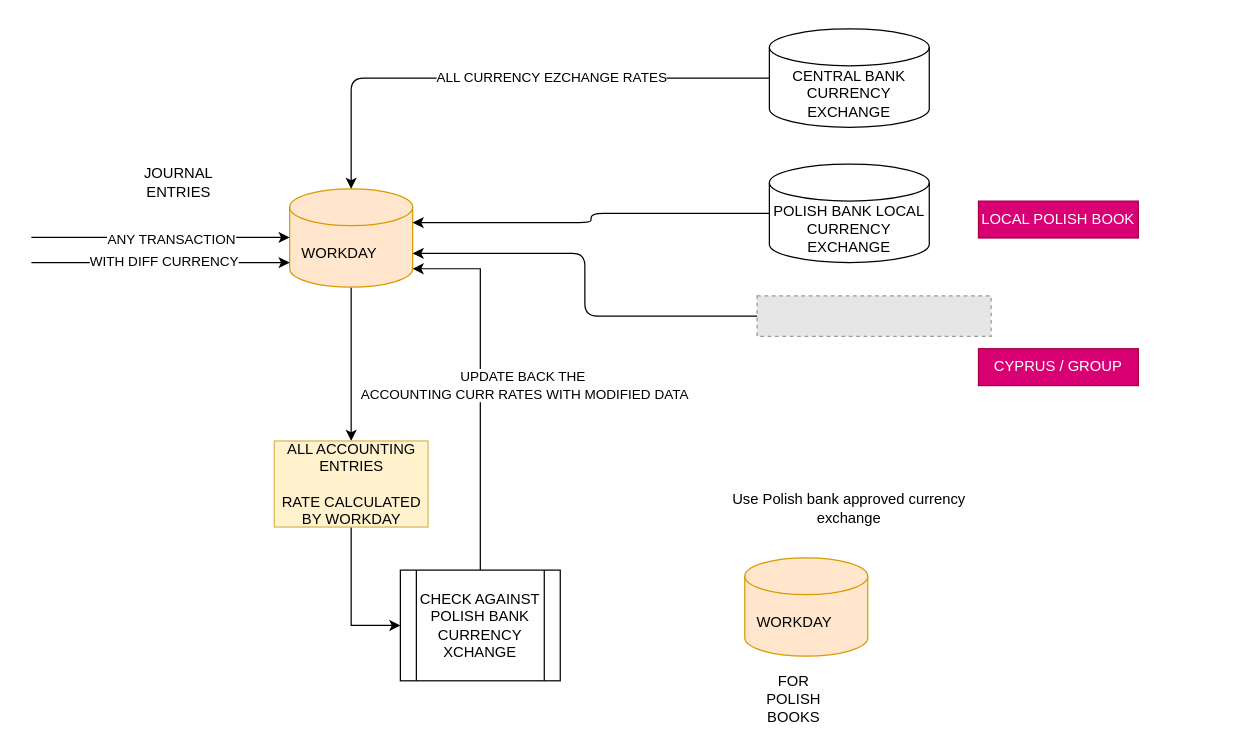
sandyaroma/sandyaroma keeps this draw.io diagram as Welltech Boomerang.drawio. Above is the earlier version. Source tidied: cells renumbered, new cells numbered last; positions are measured from the earlier drawing's top-left corner, leaving out a move shared by most shapes. Both pictures are drawn from the tidied source at 123%, with x=0, y=0 at pixel (31, 28). Pictures stored in the file or linked from it are replaced by grey dashed boxes.
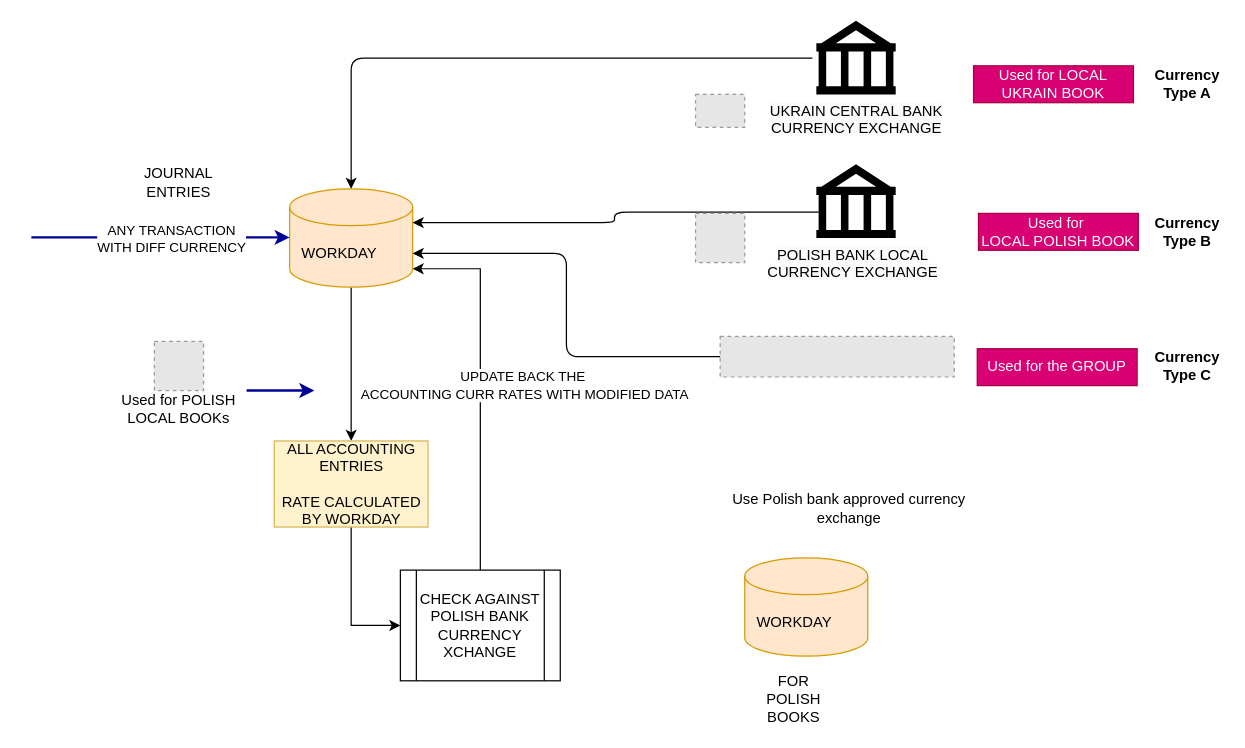
After the change.

Unchanged cells that the change refers to:
```xml
<mxCell id="3" value="WORKDAY&lt;span style=&quot;white-space: pre;&quot;&gt;&#9;&lt;/span&gt;" style="shape=cylinder3;whiteSpace=wrap;html=1;boundedLbl=1;backgroundOutline=1;size=15;fillColor=#ffe6cc;strokeColor=#d79b00;" parent="1" vertex="1">
  <mxGeometry x="210" y="130" width="100" height="80" as="geometry" />
</mxCell>
```

Change to the diagram source:
```diff
@@
-    <mxCell id="4" value="CENTRAL BANK CURRENCY EXCHANGE" style="shape=cylinder3;whiteSpace=wrap;html=1;boundedLbl=1;backgroundOutline=1;size=15;" parent="1" vertex="1">
-      <mxGeometry x="600" width="130" height="80" as="geometry" />
-    </mxCell>
-    <mxCell id="5" value="POLISH BANK LOCAL CURRENCY EXCHANGE" style="shape=cylinder3;whiteSpace=wrap;html=1;boundedLbl=1;backgroundOutline=1;size=15;" parent="1" vertex="1">
-      <mxGeometry x="600" y="110" width="130" height="80" as="geometry" />
-    </mxCell>
@@
-    <mxCell id="7" style="edgeStyle=orthogonalEdgeStyle;rounded=1;jettySize=auto;html=1;entryX=0.5;entryY=0;entryDx=0;entryDy=0;entryPerimeter=0;curved=0;" parent="1" edge="1" source="4" target="3">
-      <mxGeometry relative="1" as="geometry" />
+    <mxCell id="7" style="edgeStyle=orthogonalEdgeStyle;rounded=1;jettySize=auto;html=1;entryX=0.5;entryY=0;entryDx=0;entryDy=0;entryPerimeter=0;curved=0;exitX=-0.05;exitY=0.508;exitDx=0;exitDy=0;exitPerimeter=0;" parent="1" edge="1" source="37" target="3">
+      <mxGeometry relative="1" as="geometry">
+        <Array as="points">
+          <mxPoint x="260" y="24" />
+        </Array>
+      </mxGeometry>
     </mxCell>
-    <mxCell id="8" value="ALL CURRENCY EZCHANGE RATES" style="edgeLabel;html=1;align=center;verticalAlign=middle;" parent="7" vertex="1">
-      <mxGeometry x="-0.17" y="-1" relative="1" as="geometry" />
-    </mxCell>
-    <mxCell id="9" style="edgeStyle=orthogonalEdgeStyle;rounded=1;jettySize=auto;html=1;entryX=1;entryY=0;entryDx=0;entryDy=27.5;entryPerimeter=0;curved=0;" parent="1" edge="1" source="5" target="3">
+    <mxCell id="9" style="edgeStyle=orthogonalEdgeStyle;rounded=1;jettySize=auto;html=1;entryX=1;entryY=0;entryDx=0;entryDy=27.5;entryPerimeter=0;curved=0;exitX=0.03;exitY=0.65;exitDx=0;exitDy=0;exitPerimeter=0;" parent="1" edge="1" source="35" target="3">
       <mxGeometry relative="1" as="geometry" />
     </mxCell>
     <mxCell id="10" style="fillColor=#E6E6E6;strokeColor=#999999;dashed=1;verticalLabelPosition=bottom;labelBackgroundColor=default;verticalAlign=top;" parent="1" vertex="1">
-      <mxGeometry x="590" y="217" width="190.3" height="33" as="geometry" />
+      <mxGeometry x="560" y="250" width="190.3" height="33" as="geometry" />
     </mxCell>
@@
-    <mxCell id="12" style="endArrow=classic;html=1;rounded=0;" parent="1" edge="1">
-      <mxGeometry relative="1" as="geometry">
-        <mxPoint y="190" as="sourcePoint" />
-        <mxPoint x="210" y="190" as="targetPoint" />
-      </mxGeometry>
-    </mxCell>
-    <mxCell id="13" value="WITH DIFF CURRENCY" style="edgeLabel;html=1;align=center;verticalAlign=middle;" parent="12" vertex="1">
-      <mxGeometry x="0.02" y="2" relative="1" as="geometry" />
-    </mxCell>
-    <mxCell id="14" style="endArrow=classic;html=1;rounded=0;" parent="1" edge="1">
+    <mxCell id="14" style="endArrow=classic;html=1;rounded=0;strokeWidth=2;strokeColor=#000099;" parent="1" edge="1">
       <mxGeometry relative="1" as="geometry">
         <mxPoint y="169.5" as="sourcePoint" />
         <mxPoint x="210" y="169.5" as="targetPoint" />
       </mxGeometry>
     </mxCell>
-    <mxCell id="15" value="ANY TRANSACTION" style="edgeLabel;html=1;align=center;verticalAlign=middle;" parent="14" vertex="1">
+    <mxCell id="15" value="ANY TRANSACTION&lt;div&gt;WITH DIFF CURRENCY&lt;br&gt;&lt;/div&gt;" style="edgeLabel;html=1;align=center;verticalAlign=middle;" parent="14" vertex="1">
       <mxGeometry x="0.08" relative="1" as="geometry">
         <mxPoint y="1" as="offset" />
       </mxGeometry>
     </mxCell>
@@
-    <mxCell id="24" value="CYPRUS / GROUP" style="text;html=1;align=center;verticalAlign=middle;whiteSpace=wrap;rounded=0;fillColor=#d80073;fontColor=#ffffff;strokeColor=#A50040;" parent="1" vertex="1">
-      <mxGeometry x="770" y="260" width="130" height="30" as="geometry" />
+    <mxCell id="24" value="Used for the GROUP" style="text;html=1;align=center;verticalAlign=middle;whiteSpace=wrap;rounded=0;fillColor=#d80073;fontColor=#ffffff;strokeColor=#A50040;" parent="1" vertex="1">
+      <mxGeometry x="769" y="260" width="130" height="30" as="geometry" />
     </mxCell>
-    <mxCell id="25" value="LOCAL POLISH BOOK" style="text;html=1;align=center;verticalAlign=middle;whiteSpace=wrap;rounded=0;fillColor=#d80073;fontColor=#ffffff;strokeColor=#A50040;" parent="1" vertex="1">
-      <mxGeometry x="770" y="140" width="130" height="30" as="geometry" />
+    <mxCell id="25" value="Used for&amp;nbsp;&lt;div&gt;LOCAL POLISH BOOK&lt;/div&gt;" style="text;html=1;align=center;verticalAlign=middle;whiteSpace=wrap;rounded=0;fillColor=#d80073;fontColor=#ffffff;strokeColor=#A50040;" parent="1" vertex="1">
+      <mxGeometry x="770" y="150" width="130" height="30" as="geometry" />
     </mxCell>
+    <mxCell id="26" style="fillColor=#E6E6E6;strokeColor=#999999;dashed=1;html=1;verticalAlign=top;verticalLabelPosition=bottom;labelBackgroundColor=#ffffff;" parent="1" vertex="1">
+      <mxGeometry x="540" y="150" width="40" height="40" as="geometry" />
+    </mxCell>
+    <mxCell id="27" style="fillColor=#E6E6E6;strokeColor=#999999;dashed=1;verticalLabelPosition=bottom;labelBackgroundColor=default;verticalAlign=top;" parent="1" vertex="1">
+      <mxGeometry x="540" y="53.3" width="40" height="26.7" as="geometry" />
+    </mxCell>
+    <mxCell id="28" value="Used for LOCAL UKRAIN BOOK" style="text;html=1;align=center;verticalAlign=middle;whiteSpace=wrap;rounded=0;fillColor=#d80073;fontColor=#ffffff;strokeColor=#A50040;" parent="1" vertex="1">
+      <mxGeometry x="766" y="30" width="130" height="30" as="geometry" />
+    </mxCell>
+    <mxCell id="29" value="&lt;b&gt;Currency Type A&lt;/b&gt;" style="text;html=1;align=center;verticalAlign=middle;whiteSpace=wrap;rounded=0;" parent="1" vertex="1">
+      <mxGeometry x="910" y="30" width="60" height="30" as="geometry" />
+    </mxCell>
+    <mxCell id="30" value="&lt;b&gt;Currency Type B&lt;/b&gt;" style="text;html=1;align=center;verticalAlign=middle;whiteSpace=wrap;rounded=0;" parent="1" vertex="1">
+      <mxGeometry x="910" y="150" width="60" height="30" as="geometry" />
+    </mxCell>
+    <mxCell id="31" value="&lt;b&gt;Currency Type C&lt;/b&gt;" style="text;html=1;align=center;verticalAlign=middle;whiteSpace=wrap;rounded=0;" parent="1" vertex="1">
+      <mxGeometry x="910" y="259" width="60" height="30" as="geometry" />
+    </mxCell>
+    <mxCell id="32" style="fillColor=#E6E6E6;strokeColor=#999999;dashed=1;html=1;verticalAlign=top;verticalLabelPosition=bottom;labelBackgroundColor=#ffffff;" parent="1" vertex="1">
+      <mxGeometry x="100" y="254" width="40" height="40" as="geometry" />
+    </mxCell>
+    <mxCell id="33" value="Used for POLISH LOCAL BOOKs" style="text;html=1;align=center;verticalAlign=middle;whiteSpace=wrap;rounded=0;" parent="1" vertex="1">
+      <mxGeometry x="65" y="294" width="110" height="30" as="geometry" />
+    </mxCell>
+    <mxCell id="34" style="endArrow=classic;html=1;rounded=0;exitX=1;exitY=0;exitDx=0;exitDy=0;strokeWidth=2;strokeColor=#000099;" parent="1" edge="1" source="33">
+      <mxGeometry relative="1" as="geometry">
+        <mxPoint x="230" y="294" as="targetPoint" />
+      </mxGeometry>
+    </mxCell>
+    <mxCell id="35" style="shape=mxgraph.signs.travel.bank;html=1;fillColor=#000000;strokeColor=none;verticalLabelPosition=bottom;verticalAlign=top;align=center;" parent="1" vertex="1">
+      <mxGeometry x="638.2" y="110" width="64.5" height="60" as="geometry" />
+    </mxCell>
+    <mxCell id="5" value="&lt;span style=&quot;color: rgb(0, 0, 0); font-family: Helvetica; font-size: 12px; font-style: normal; font-variant-ligatures: normal; font-variant-caps: normal; font-weight: 400; letter-spacing: normal; orphans: 2; text-indent: 0px; text-transform: none; widows: 2; word-spacing: 0px; -webkit-text-stroke-width: 0px; white-space: normal; background-color: rgb(251, 251, 251); text-decoration-thickness: initial; text-decoration-style: initial; text-decoration-color: initial; float: none; display: inline !important;&quot;&gt;POLISH BANK LOCAL CURRENCY EXCHANGE&lt;/span&gt;" style="text;whiteSpace=wrap;html=1;align=center;" parent="1" vertex="1">
+      <mxGeometry x="588" y="170" width="160" height="40" as="geometry" />
+    </mxCell>
+    <mxCell id="36" value="&lt;span style=&quot;color: rgb(0, 0, 0); font-family: Helvetica; font-size: 12px; font-style: normal; font-variant-ligatures: normal; font-variant-caps: normal; font-weight: 400; letter-spacing: normal; orphans: 2; text-indent: 0px; text-transform: none; widows: 2; word-spacing: 0px; -webkit-text-stroke-width: 0px; white-space: normal; background-color: rgb(251, 251, 251); text-decoration-thickness: initial; text-decoration-style: initial; text-decoration-color: initial; float: none; display: inline !important;&quot;&gt;UKRAIN CENTRAL BANK CURRENCY EXCHANGE&lt;/span&gt;" style="text;whiteSpace=wrap;html=1;align=center;" parent="1" vertex="1">
+      <mxGeometry x="590.6" y="53.3" width="159.7" height="40" as="geometry" />
+    </mxCell>
+    <mxCell id="37" style="shape=mxgraph.signs.travel.bank;html=1;fillColor=#000000;strokeColor=none;verticalLabelPosition=bottom;verticalAlign=top;align=center;" parent="1" vertex="1">
+      <mxGeometry x="638.2" y="-6.7" width="64.5" height="60" as="geometry" />
+    </mxCell>
```
